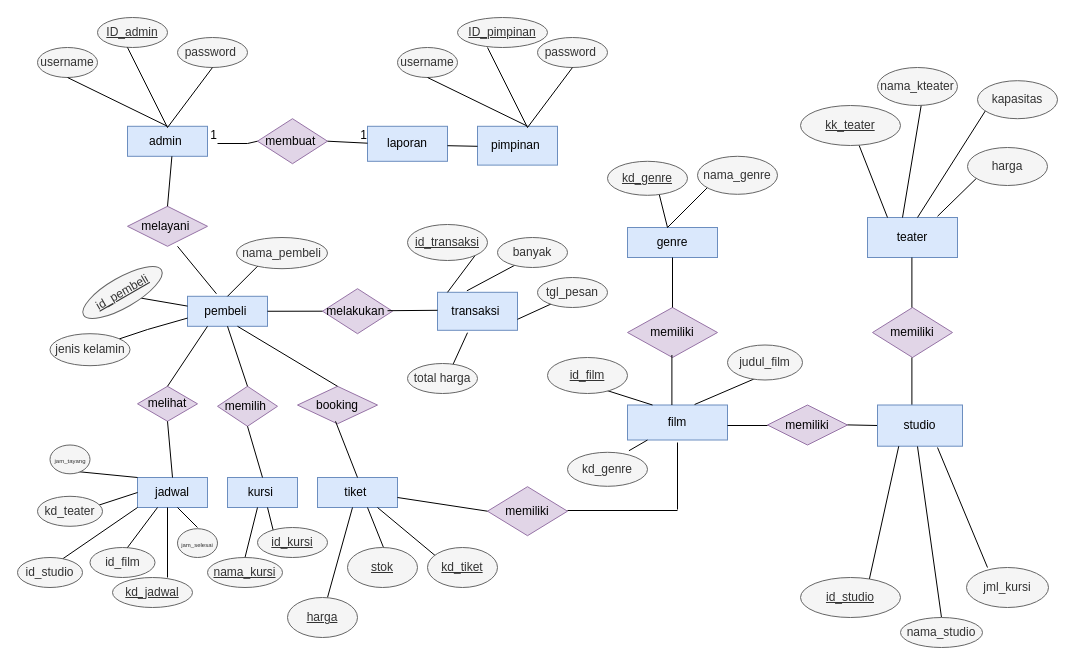
The draw.io diagram Untitled Diagram.drawio in dindatsniaa/perpstakaan, before the edit. Source tidied: cells renumbered, new cells numbered last; positions are measured from the earlier drawing's top-left corner, leaving out a move shared by most shapes. Both pictures are drawn from the tidied source at 100%, with x=0, y=0 at pixel (17, 17).
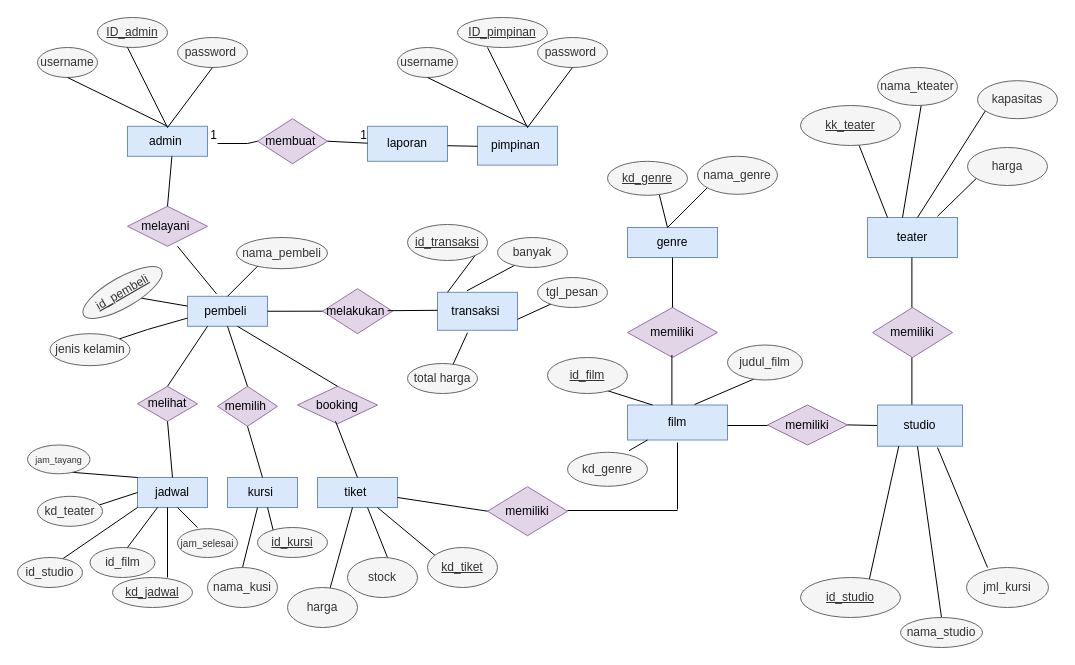
The same page after the edit.

Change to the diagram source:
```diff
@@
-    <mxCell id="72" value="&lt;font style=&quot;font-size: 6px&quot;&gt;jam_selesai&lt;/font&gt;" style="ellipse;whiteSpace=wrap;html=1;fillColor=#f5f5f5;strokeColor=#666666;fontColor=#333333;" parent="1" vertex="1">
-      <mxGeometry x="160" y="511.2" width="40" height="28.8" as="geometry" />
+    <mxCell id="72" value="&lt;font style=&quot;font-size: 10px&quot;&gt;jam_selesai&lt;/font&gt;" style="ellipse;whiteSpace=wrap;html=1;fillColor=#f5f5f5;strokeColor=#666666;fontColor=#333333;" parent="1" vertex="1">
+      <mxGeometry x="160" y="511.2" width="60" height="28.8" as="geometry" />
     </mxCell>
@@
-    <mxCell id="74" value="&lt;font style=&quot;font-size: 6px&quot;&gt;jam_tayang&lt;/font&gt;" style="ellipse;whiteSpace=wrap;html=1;fillColor=#f5f5f5;strokeColor=#666666;fontColor=#333333;" parent="1" vertex="1">
-      <mxGeometry x="32.5" y="427.5" width="40" height="28.8" as="geometry" />
+    <mxCell id="74" value="&lt;font style=&quot;font-size: 9px&quot;&gt;jam_tayang&lt;/font&gt;" style="ellipse;whiteSpace=wrap;html=1;fillColor=#f5f5f5;strokeColor=#666666;fontColor=#333333;" parent="1" vertex="1">
+      <mxGeometry x="10" y="427.5" width="62.5" height="28.8" as="geometry" />
     </mxCell>
@@
-    <mxCell id="94" style="endArrow=none;html=1;rounded=0;exitX=0.5;exitY=0;exitDx=0;exitDy=0;" parent="1" edge="1" source="101">
+    <mxCell id="94" style="endArrow=none;html=1;rounded=0;exitX=0.5;exitY=0;exitDx=0;exitDy=0;" parent="1" edge="1" source="121">
       <mxGeometry relative="1" as="geometry">
         <mxPoint x="240" y="490" as="targetPoint" />
       </mxGeometry>
     </mxCell>
@@
-    <mxCell id="98" value="stok" style="ellipse;whiteSpace=wrap;html=1;align=center;fontStyle=4;fillColor=#f5f5f5;strokeColor=#666666;fontColor=#333333;" parent="1" vertex="1">
-      <mxGeometry x="330" y="530" width="70" height="40" as="geometry" />
-    </mxCell>
-    <mxCell id="99" value="harga" style="ellipse;whiteSpace=wrap;html=1;align=center;fontStyle=4;fillColor=#f5f5f5;strokeColor=#666666;fontColor=#333333;" parent="1" vertex="1">
-      <mxGeometry x="270" y="580" width="70" height="40" as="geometry" />
-    </mxCell>
@@
-    <mxCell id="101" value="nama_kursi" style="ellipse;whiteSpace=wrap;html=1;align=center;fontStyle=4;fillColor=#f5f5f5;strokeColor=#666666;fontColor=#333333;" parent="1" vertex="1">
-      <mxGeometry x="190" y="540" width="75" height="30" as="geometry" />
-    </mxCell>
@@
+    <mxCell id="120" value="stock" style="ellipse;whiteSpace=wrap;html=1;align=center;fillColor=#f5f5f5;strokeColor=#666666;fontColor=#333333;" parent="1" vertex="1">
+      <mxGeometry x="330" y="540" width="70" height="40" as="geometry" />
+    </mxCell>
+    <mxCell id="99" value="harga" style="ellipse;whiteSpace=wrap;html=1;align=center;fillColor=#f5f5f5;strokeColor=#666666;fontColor=#333333;" parent="1" vertex="1">
+      <mxGeometry x="270" y="570" width="70" height="40" as="geometry" />
+    </mxCell>
+    <mxCell id="121" value="nama_kusi" style="ellipse;whiteSpace=wrap;html=1;align=center;fillColor=#f5f5f5;strokeColor=#666666;fontColor=#333333;" parent="1" vertex="1">
+      <mxGeometry x="190" y="550" width="70" height="40" as="geometry" />
+    </mxCell>
```
